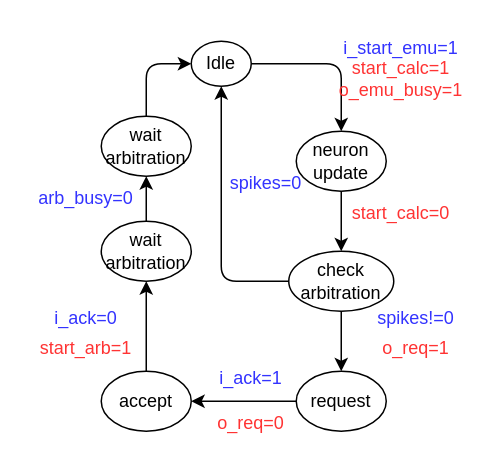
Before: transmission_fsm_parallel.drawio in AurelieSa/draw_io, a draw.io diagram. Source tidied: cells renumbered, new cells numbered last; positions are measured from the earlier drawing's top-left corner, leaving out a move shared by most shapes. Both pictures are drawn from the tidied source at 150%, with x=0, y=0 at pixel (26, 26).
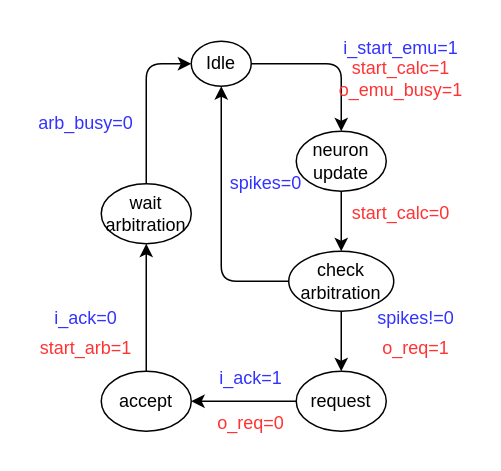
After the change.

The change refers to these unchanged cells:
```xml
<mxCell id="3" value="Idle" style="ellipse;whiteSpace=wrap;html=1;" parent="1" vertex="1">
  <mxGeometry x="110" y="10" width="40" height="30" as="geometry" />
</mxCell>
```

What changed in the source:
```diff
@@
-    <mxCell id="21" style="edgeStyle=orthogonalEdgeStyle;rounded=0;jettySize=auto;html=1;exitX=0.5;exitY=0;exitDx=0;exitDy=0;entryX=0.5;entryY=1;entryDx=0;entryDy=0;" parent="1" edge="1" source="22" target="26">
-      <mxGeometry relative="1" as="geometry" />
-    </mxCell>
+    <mxCell id="28" style="edgeStyle=orthogonalEdgeStyle;rounded=1;jettySize=auto;html=1;exitX=0.5;exitY=0;exitDx=0;exitDy=0;entryX=0;entryY=0.5;entryDx=0;entryDy=0;curved=0;" parent="1" edge="1" source="22" target="3">
+      <mxGeometry relative="1" as="geometry" />
+    </mxCell>
     <mxCell id="22" value="&lt;div&gt;wait&lt;/div&gt;&lt;div&gt;arbitration&lt;/div&gt;" style="ellipse;whiteSpace=wrap;html=1;" parent="1" vertex="1">
-      <mxGeometry x="50" y="130" width="60" height="40" as="geometry" />
+      <mxGeometry x="50" y="105" width="60" height="40" as="geometry" />
     </mxCell>
@@
-    <mxCell id="25" style="edgeStyle=orthogonalEdgeStyle;rounded=1;jettySize=auto;html=1;exitX=0.5;exitY=0;exitDx=0;exitDy=0;entryX=0;entryY=0.5;entryDx=0;entryDy=0;curved=0;" parent="1" edge="1" source="26" target="3">
-      <mxGeometry relative="1" as="geometry" />
-    </mxCell>
-    <mxCell id="26" value="&lt;div&gt;wait&lt;/div&gt;&lt;div&gt;arbitration&lt;/div&gt;" style="ellipse;whiteSpace=wrap;html=1;" parent="1" vertex="1">
-      <mxGeometry x="50" y="60" width="60" height="40" as="geometry" />
-    </mxCell>
     <mxCell id="27" value="&lt;span style=&quot;color: rgb(51, 51, 255);&quot;&gt;arb_busy=0&lt;/span&gt;" style="text;html=1;align=center;verticalAlign=middle;whiteSpace=wrap;rounded=0;" parent="1" vertex="1">
-      <mxGeometry x="10" y="100" width="60" height="30" as="geometry" />
+      <mxGeometry x="10" y="50" width="60" height="30" as="geometry" />
     </mxCell>
```
